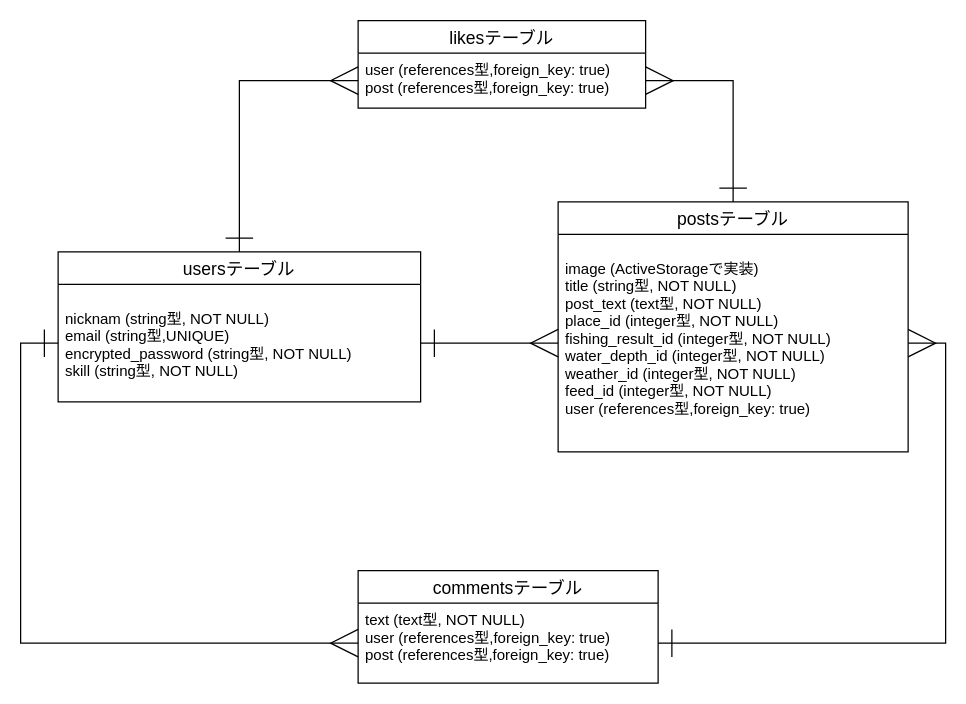
This is wakasagi.dio from WatanabeSyoya/wakasagi-3136, a draw.io file, before an edit. Source tidied: cells renumbered, new cells numbered last; positions are measured from the earlier drawing's top-left corner, leaving out a move shared by most shapes. Both pictures are drawn from the tidied source at 125%, with x=0, y=0 at pixel (58, 20).
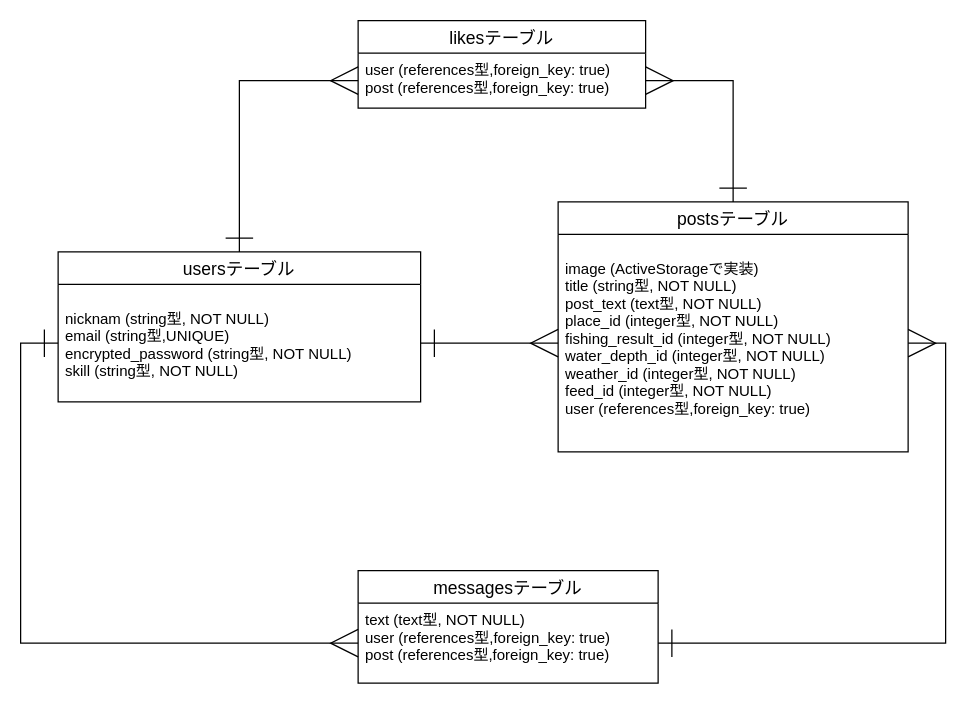
The same diagram, later.

What changed in the source:
```diff
@@
 <mxGraphModel>
   <root>
     <mxCell id="0" />
     <mxCell id="1" parent="0" />
     <mxCell id="2" value="usersテーブル" style="swimlane;fontStyle=0;horizontal=1;startSize=26;align=center;fontSize=14;" parent="1" vertex="1">
       <mxGeometry y="185" width="290" height="120" as="geometry" />
     </mxCell>
     <mxCell id="3" value="&#10;nicknam (string型, NOT NULL)　&#10;email (string型,UNIQUE)&#10;encrypted_password (string型, NOT NULL)&#10;skill (string型, NOT NULL)" style="text;strokeColor=none;fillColor=none;spacingLeft=4;spacingRight=4;overflow=hidden;points=[[0,0.5],[1,0.5]];portConstraint=eastwest;fontSize=12;" parent="2" vertex="1">
       <mxGeometry y="26" width="290" height="94" as="geometry" />
     </mxCell>
     <mxCell id="4" value="postsテーブル" style="swimlane;fontStyle=0;horizontal=1;startSize=26;align=center;fontSize=14;" parent="1" vertex="1">
       <mxGeometry x="400" y="145" width="280" height="200" as="geometry" />
     </mxCell>
     <mxCell id="5" value="&#10;image (ActiveStorageで実装)&#10;title (string型, NOT NULL)&#10;post_text (text型, NOT NULL)&#10;place_id (integer型, NOT NULL)&#10;fishing_result_id (integer型, NOT NULL)&#10;water_depth_id (integer型, NOT NULL)&#10;weather_id (integer型, NOT NULL)&#10;feed_id (integer型, NOT NULL)&#10;user (references型,foreign_key: true)" style="text;strokeColor=none;fillColor=none;spacingLeft=4;spacingRight=4;overflow=hidden;points=[[0,0.5],[1,0.5]];portConstraint=eastwest;fontSize=12;" parent="4" vertex="1">
       <mxGeometry y="26" width="280" height="174" as="geometry" />
     </mxCell>
     <mxCell id="6" value="likesテーブル" style="swimlane;fontStyle=0;horizontal=1;startSize=26;align=center;fontSize=14;" parent="1" vertex="1">
       <mxGeometry x="240" width="230" height="70" as="geometry" />
     </mxCell>
     <mxCell id="7" value="user (references型,foreign_key: true)&#10;post (references型,foreign_key: true)" style="text;strokeColor=none;fillColor=none;spacingLeft=4;spacingRight=4;overflow=hidden;points=[[0,0.5],[1,0.5]];portConstraint=eastwest;fontSize=12;" parent="6" vertex="1">
       <mxGeometry y="26" width="230" height="44" as="geometry" />
     </mxCell>
-    <mxCell id="8" value="commentsテーブル" style="swimlane;fontStyle=0;horizontal=1;startSize=26;align=center;fontSize=14;" parent="1" vertex="1">
+    <mxCell id="8" value="messagesテーブル" style="swimlane;fontStyle=0;horizontal=1;startSize=26;align=center;fontSize=14;" parent="1" vertex="1">
       <mxGeometry x="240" y="440" width="240" height="90" as="geometry" />
     </mxCell>
     <mxCell id="9" value="text (text型, NOT NULL)&#10;user (references型,foreign_key: true)&#10;post (references型,foreign_key: true)" style="text;strokeColor=none;fillColor=none;spacingLeft=4;spacingRight=4;overflow=hidden;points=[[0,0.5],[1,0.5]];portConstraint=eastwest;fontSize=12;" parent="8" vertex="1">
       <mxGeometry y="26" width="240" height="64" as="geometry" />
     </mxCell>
     <mxCell id="10" style="edgeStyle=orthogonalEdgeStyle;rounded=0;jettySize=auto;html=1;exitX=0;exitY=0.5;exitDx=0;exitDy=0;entryX=0.5;entryY=0;entryDx=0;entryDy=0;endArrow=ERone;endFill=0;startArrow=ERmany;startFill=0;endSize=20;startSize=20;" parent="1" edge="1" source="7" target="2">
       <mxGeometry relative="1" as="geometry" />
     </mxCell>
     <mxCell id="11" style="rounded=0;jettySize=auto;html=1;exitX=1;exitY=0.5;exitDx=0;exitDy=0;entryX=0.5;entryY=0;entryDx=0;entryDy=0;edgeStyle=orthogonalEdgeStyle;startArrow=ERmany;startFill=0;endArrow=ERone;endFill=0;strokeWidth=1;targetPerimeterSpacing=0;endSize=20;jumpSize=6;startSize=20;" parent="1" edge="1" source="7" target="4">
       <mxGeometry relative="1" as="geometry" />
     </mxCell>
     <mxCell id="12" style="edgeStyle=orthogonalEdgeStyle;rounded=0;jettySize=auto;html=1;exitX=1;exitY=0.5;exitDx=0;exitDy=0;entryX=0;entryY=0.5;entryDx=0;entryDy=0;endArrow=ERmany;endFill=0;startArrow=ERone;startFill=0;endSize=20;startSize=20;" parent="1" edge="1" source="3" target="5">
       <mxGeometry relative="1" as="geometry" />
     </mxCell>
     <mxCell id="13" style="edgeStyle=orthogonalEdgeStyle;rounded=0;jettySize=auto;html=1;exitX=0;exitY=0.5;exitDx=0;exitDy=0;entryX=0;entryY=0.5;entryDx=0;entryDy=0;startArrow=ERone;startFill=0;endArrow=ERmany;endFill=0;startSize=20;endSize=20;" parent="1" edge="1" source="3" target="9">
       <mxGeometry relative="1" as="geometry" />
     </mxCell>
     <mxCell id="14" style="edgeStyle=orthogonalEdgeStyle;rounded=0;jettySize=auto;html=1;exitX=1;exitY=0.5;exitDx=0;exitDy=0;entryX=1;entryY=0.5;entryDx=0;entryDy=0;startArrow=ERone;startFill=0;endArrow=ERmany;endFill=0;endSize=20;startSize=20;" parent="1" edge="1" source="9" target="5">
       <mxGeometry relative="1" as="geometry" />
     </mxCell>
   </root>
 </mxGraphModel>
```
